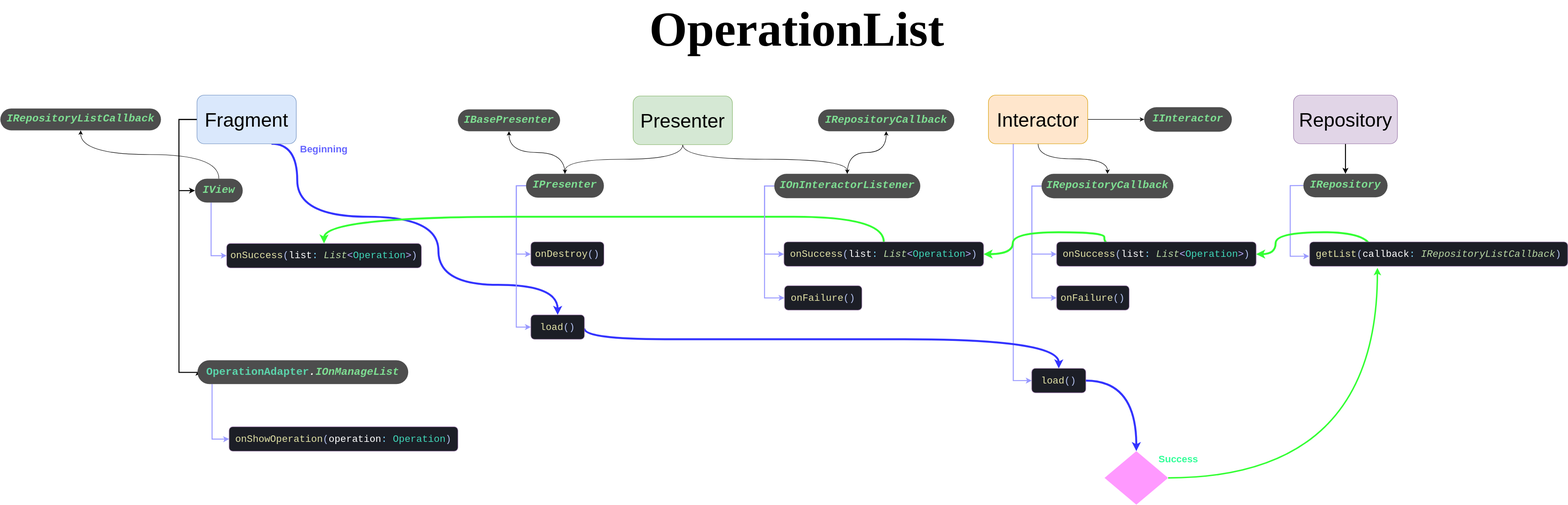
ElianFabian/android-mvp-calculator keeps this draw.io diagram as MVP OperationList Scheme.svg. Above is the earlier version. Source tidied: cells renumbered, new cells last; positions are measured from the earlier drawing's top-left corner, leaving out a move shared by most shapes.
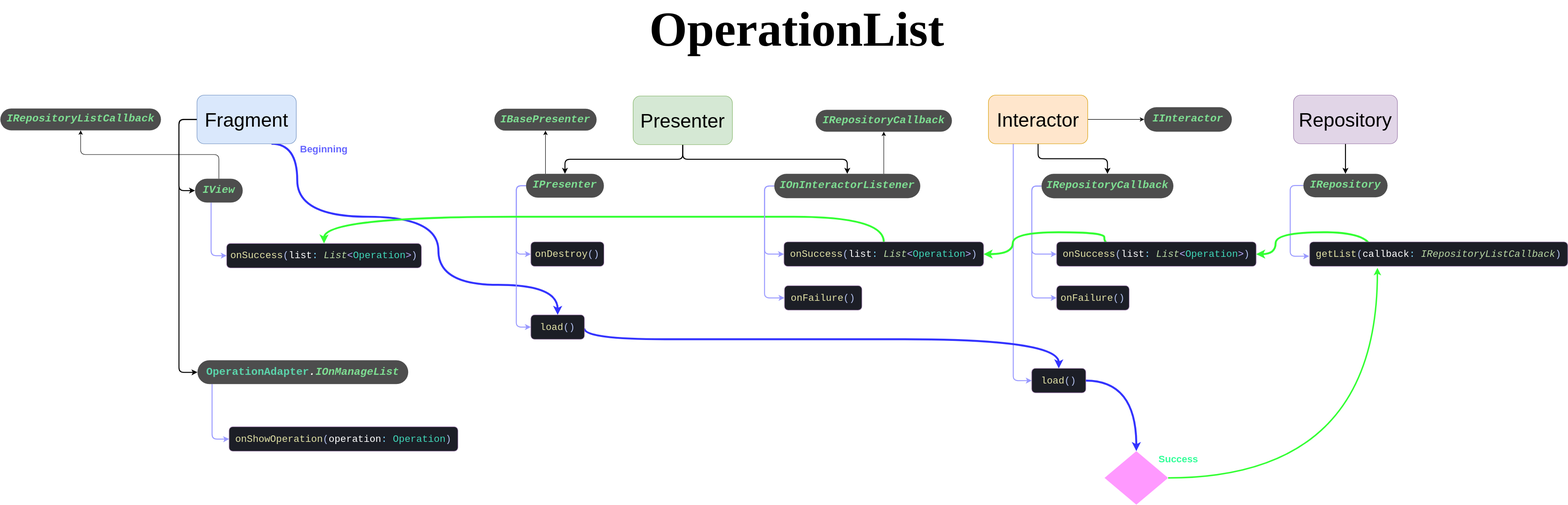
The same diagram one commit later.

The edit, as a diff of the source:
```diff
@@ -13,16 +13,16 @@
         </Array>
       </mxGeometry>
     </mxCell>
-    <mxCell id="3" style="edgeStyle=orthogonalEdgeStyle;curved=1;rounded=0;jettySize=auto;html=1;exitX=0.5;exitY=1;exitDx=0;exitDy=0;entryX=0.5;entryY=0;entryDx=0;entryDy=0;" parent="1" edge="1" source="46" target="23">
+    <mxCell id="3" style="edgeStyle=orthogonalEdgeStyle;rounded=1;jettySize=auto;html=1;exitX=0.5;exitY=1;exitDx=0;exitDy=0;entryX=0.5;entryY=0;entryDx=0;entryDy=0;strokeWidth=2;" parent="1" edge="1" source="46" target="23">
       <mxGeometry relative="1" as="geometry" />
     </mxCell>
-    <mxCell id="4" style="edgeStyle=orthogonalEdgeStyle;curved=1;rounded=0;jettySize=auto;html=1;exitX=0.5;exitY=1;exitDx=0;exitDy=0;entryX=0.5;entryY=0;entryDx=0;entryDy=0;" parent="1" edge="1" source="46" target="27">
+    <mxCell id="4" style="edgeStyle=orthogonalEdgeStyle;rounded=1;jettySize=auto;html=1;exitX=0.5;exitY=1;exitDx=0;exitDy=0;entryX=0.5;entryY=0;entryDx=0;entryDy=0;strokeWidth=2;" parent="1" edge="1" source="46" target="27">
       <mxGeometry relative="1" as="geometry" />
     </mxCell>
-    <mxCell id="5" style="edgeStyle=orthogonalEdgeStyle;curved=1;rounded=0;jettySize=auto;html=1;exitX=0.5;exitY=1;exitDx=0;exitDy=0;" parent="1" edge="1" source="48" target="33">
+    <mxCell id="5" style="edgeStyle=orthogonalEdgeStyle;rounded=1;jettySize=auto;html=1;exitX=0.5;exitY=1;exitDx=0;exitDy=0;strokeWidth=2;" parent="1" edge="1" source="48" target="33">
       <mxGeometry relative="1" as="geometry" />
     </mxCell>
-    <mxCell id="6" style="edgeStyle=orthogonalEdgeStyle;rounded=0;jettySize=auto;html=1;exitX=0.25;exitY=1;exitDx=0;exitDy=0;strokeWidth=2;entryX=0;entryY=0.5;entryDx=0;entryDy=0;strokeColor=#9999FF;" parent="1" edge="1" source="48" target="36">
+    <mxCell id="6" style="edgeStyle=orthogonalEdgeStyle;rounded=1;jettySize=auto;html=1;exitX=0.25;exitY=1;exitDx=0;exitDy=0;strokeWidth=2;entryX=0;entryY=0.5;entryDx=0;entryDy=0;strokeColor=#9999FF;" parent="1" edge="1" source="48" target="36">
       <mxGeometry relative="1" as="geometry">
         <Array as="points">
           <mxPoint x="2081" y="751.8" />
@@ -32,10 +32,10 @@
     <mxCell id="7" value="&lt;font face=&quot;Verdana&quot;&gt;&lt;span style=&quot;font-size: 100px&quot;&gt;&lt;b&gt;OperationList&lt;/b&gt;&lt;/span&gt;&lt;/font&gt;" style="text;html=1;align=center;verticalAlign=middle;fillColor=none;strokeColor=none;rounded=0;strokeWidth=12;" parent="1" vertex="1">
       <mxGeometry x="1245.5" width="780" height="60" as="geometry" />
     </mxCell>
-    <mxCell id="8" style="edgeStyle=orthogonalEdgeStyle;curved=1;rounded=0;jettySize=auto;html=1;exitX=0.5;exitY=0;exitDx=0;exitDy=0;entryX=0.5;entryY=1;entryDx=0;entryDy=0;strokeColor=#000000;" parent="1" edge="1" source="10" target="32">
+    <mxCell id="8" style="edgeStyle=orthogonalEdgeStyle;rounded=1;jettySize=auto;html=1;exitX=0.5;exitY=0;exitDx=0;exitDy=0;entryX=0.5;entryY=1;entryDx=0;entryDy=0;strokeColor=#000000;" parent="1" edge="1" source="10" target="32">
       <mxGeometry relative="1" as="geometry" />
     </mxCell>
-    <mxCell id="9" style="edgeStyle=orthogonalEdgeStyle;rounded=0;jettySize=auto;html=1;entryX=0;entryY=0.5;entryDx=0;entryDy=0;strokeWidth=2;fontSize=20;strokeColor=#9999FF;" parent="1" edge="1" source="10" target="34">
+    <mxCell id="9" style="edgeStyle=orthogonalEdgeStyle;rounded=1;jettySize=auto;html=1;entryX=0;entryY=0.5;entryDx=0;entryDy=0;strokeWidth=2;fontSize=20;strokeColor=#9999FF;" parent="1" edge="1" source="10" target="34">
       <mxGeometry relative="1" as="geometry">
         <Array as="points">
           <mxPoint x="433" y="495" />
@@ -45,20 +45,20 @@
     <mxCell id="10" value="&lt;pre style=&quot;font-family: &amp;quot;jetbrains mono&amp;quot;, monospace; font-size: 22px;&quot;&gt;&lt;span style=&quot;font-style: italic; font-size: 22px;&quot;&gt;&lt;span style=&quot;font-size: 22px;&quot;&gt;&lt;font style=&quot;font-size: 22px;&quot;&gt;IView&lt;/font&gt;&lt;/span&gt;&lt;/span&gt;&lt;/pre&gt;" style="rounded=1;whiteSpace=wrap;html=1;strokeWidth=1;arcSize=50;fontSize=22;fontColor=#7EDE92;fontStyle=1;strokeColor=none;fillColor=#4D4D4D;" parent="1" vertex="1">
       <mxGeometry x="400" y="336.8" width="98" height="49" as="geometry" />
     </mxCell>
-    <mxCell id="11" style="edgeStyle=orthogonalEdgeStyle;rounded=0;jettySize=auto;html=1;exitX=0;exitY=0.5;exitDx=0;exitDy=0;entryX=0;entryY=0.5;entryDx=0;entryDy=0;strokeWidth=2;strokeColor=#9999FF;" parent="1" edge="1" source="23" target="16">
+    <mxCell id="11" style="edgeStyle=orthogonalEdgeStyle;rounded=1;jettySize=auto;html=1;exitX=0;exitY=0.5;exitDx=0;exitDy=0;entryX=0;entryY=0.5;entryDx=0;entryDy=0;strokeWidth=2;strokeColor=#9999FF;" parent="1" edge="1" source="23" target="16">
       <mxGeometry relative="1" as="geometry" />
     </mxCell>
-    <mxCell id="12" style="edgeStyle=orthogonalEdgeStyle;rounded=0;jettySize=auto;html=1;exitX=0;exitY=0.5;exitDx=0;exitDy=0;entryX=0;entryY=0.5;entryDx=0;entryDy=0;strokeWidth=2;strokeColor=#9999FF;" parent="1" edge="1" source="23" target="18">
+    <mxCell id="12" style="edgeStyle=orthogonalEdgeStyle;rounded=1;jettySize=auto;html=1;exitX=0;exitY=0.5;exitDx=0;exitDy=0;entryX=0;entryY=0.5;entryDx=0;entryDy=0;strokeWidth=2;strokeColor=#9999FF;" parent="1" edge="1" source="23" target="18">
       <mxGeometry relative="1" as="geometry" />
     </mxCell>
-    <mxCell id="13" style="edgeStyle=orthogonalEdgeStyle;rounded=0;jettySize=auto;html=1;exitX=0;exitY=0.5;exitDx=0;exitDy=0;entryX=0;entryY=0.5;entryDx=0;entryDy=0;strokeWidth=2;strokeColor=#9999FF;" parent="1" edge="1" source="33" target="30">
+    <mxCell id="13" style="edgeStyle=orthogonalEdgeStyle;rounded=1;jettySize=auto;html=1;exitX=0;exitY=0.5;exitDx=0;exitDy=0;entryX=0;entryY=0.5;entryDx=0;entryDy=0;strokeWidth=2;strokeColor=#9999FF;" parent="1" edge="1" source="33" target="30">
       <mxGeometry relative="1" as="geometry" />
     </mxCell>
-    <mxCell id="14" style="edgeStyle=orthogonalEdgeStyle;rounded=0;jettySize=auto;html=1;exitX=0;exitY=0.5;exitDx=0;exitDy=0;entryX=0;entryY=0.5;entryDx=0;entryDy=0;strokeWidth=2;strokeColor=#9999FF;" parent="1" edge="1" source="33" target="31">
+    <mxCell id="14" style="edgeStyle=orthogonalEdgeStyle;rounded=1;jettySize=auto;html=1;exitX=0;exitY=0.5;exitDx=0;exitDy=0;entryX=0;entryY=0.5;entryDx=0;entryDy=0;strokeWidth=2;strokeColor=#9999FF;" parent="1" edge="1" source="33" target="31">
       <mxGeometry relative="1" as="geometry" />
     </mxCell>
     <mxCell id="15" value="&lt;pre style=&quot;font-family: &amp;quot;jetbrains mono&amp;quot;, monospace; font-size: 22px;&quot;&gt;&lt;span style=&quot;font-style: italic; font-size: 22px;&quot;&gt;&lt;span style=&quot;font-size: 22px;&quot;&gt;&lt;font style=&quot;font-size: 22px;&quot;&gt;IBasePresenter&lt;/font&gt;&lt;/span&gt;&lt;/span&gt;&lt;/pre&gt;" style="rounded=1;whiteSpace=wrap;html=1;strokeWidth=1;arcSize=50;fontSize=22;fontColor=#7EDE92;fontStyle=1;strokeColor=none;fillColor=#4D4D4D;" parent="1" vertex="1">
-      <mxGeometry x="940" y="194.3" width="210" height="45" as="geometry" />
+      <mxGeometry x="1015" y="193" width="210" height="45" as="geometry" />
     </mxCell>
     <mxCell id="16" value="&lt;pre style=&quot;font-family: &amp;quot;jetbrains mono&amp;quot;, monospace; font-size: 20px;&quot;&gt;&lt;pre style=&quot;background-color: rgb(28, 30, 38); color: rgb(182, 196, 242); font-family: &amp;quot;jetbrains mono&amp;quot;, monospace; font-size: 20px;&quot;&gt;&lt;pre style=&quot;font-family: &amp;quot;jetbrains mono&amp;quot;, monospace; font-size: 20px;&quot;&gt;&lt;span style=&quot;color: rgb(225, 225, 165); font-size: 20px;&quot;&gt;onDestroy&lt;/span&gt;&lt;span style=&quot;color: rgb(180, 194, 240); font-size: 20px;&quot;&gt;()&lt;/span&gt;&lt;/pre&gt;&lt;/pre&gt;&lt;/pre&gt;" style="rounded=1;whiteSpace=wrap;html=1;strokeColor=#9673a6;shadow=0;sketch=0;glass=0;fillColor=#1c1e26;fontSize=20;" parent="1" vertex="1">
       <mxGeometry x="1090" y="466.8" width="150" height="50" as="geometry" />
@@ -89,26 +89,26 @@
       <mxGeometry x="1611" y="556.8" width="159" height="50" as="geometry" />
     </mxCell>
     <mxCell id="22" value="&lt;pre style=&quot;font-family: &amp;quot;jetbrains mono&amp;quot;, monospace; font-size: 22px;&quot;&gt;&lt;span style=&quot;font-style: italic; font-size: 22px;&quot;&gt;&lt;span style=&quot;font-size: 22px;&quot;&gt;&lt;font style=&quot;font-size: 22px;&quot;&gt;IRepositoryCallback&lt;/font&gt;&lt;/span&gt;&lt;/span&gt;&lt;/pre&gt;" style="rounded=1;whiteSpace=wrap;html=1;strokeWidth=1;arcSize=50;fontSize=22;fontColor=#7EDE92;fontStyle=1;strokeColor=none;fillColor=#4D4D4D;" parent="1" vertex="1">
-      <mxGeometry x="1680" y="194.3" width="280" height="45" as="geometry" />
+      <mxGeometry x="1675" y="195.1" width="280" height="45" as="geometry" />
     </mxCell>
+    <mxCell id="28" style="edgeStyle=orthogonalEdgeStyle;rounded=0;jettySize=auto;html=1;exitX=0.25;exitY=0;exitDx=0;exitDy=0;" parent="1" edge="1" source="23" target="15">
+      <mxGeometry relative="1" as="geometry" />
+    </mxCell>
     <mxCell id="23" value="&lt;pre style=&quot;font-family: &amp;quot;jetbrains mono&amp;quot;, monospace; font-size: 22px;&quot;&gt;&lt;span style=&quot;font-style: italic; font-size: 22px;&quot;&gt;&lt;span style=&quot;font-size: 22px;&quot;&gt;&lt;font style=&quot;font-size: 22px;&quot;&gt;IPresenter&lt;/font&gt;&lt;/span&gt;&lt;/span&gt;&lt;/pre&gt;" style="rounded=1;whiteSpace=wrap;html=1;strokeWidth=1;arcSize=50;fontSize=22;fontColor=#7EDE92;fontStyle=1;strokeColor=none;fillColor=#4D4D4D;" parent="1" vertex="1">
       <mxGeometry x="1080" y="326.8" width="160" height="49" as="geometry" />
     </mxCell>
-    <mxCell id="24" style="edgeStyle=orthogonalEdgeStyle;curved=1;rounded=0;jettySize=auto;html=1;entryX=0.5;entryY=1;entryDx=0;entryDy=0;" parent="1" edge="1" source="27" target="22">
-      <mxGeometry relative="1" as="geometry" />
-    </mxCell>
-    <mxCell id="25" style="edgeStyle=orthogonalEdgeStyle;rounded=0;jettySize=auto;html=1;exitX=0;exitY=0.5;exitDx=0;exitDy=0;entryX=0;entryY=0.5;entryDx=0;entryDy=0;strokeWidth=2;strokeColor=#9999FF;" parent="1" edge="1" source="27" target="20">
+    <mxCell id="25" style="edgeStyle=orthogonalEdgeStyle;rounded=1;jettySize=auto;html=1;exitX=0;exitY=0.5;exitDx=0;exitDy=0;entryX=0;entryY=0.5;entryDx=0;entryDy=0;strokeWidth=2;strokeColor=#9999FF;" parent="1" edge="1" source="27" target="20">
       <mxGeometry relative="1" as="geometry" />
     </mxCell>
-    <mxCell id="26" style="edgeStyle=orthogonalEdgeStyle;rounded=0;jettySize=auto;html=1;exitX=0;exitY=0.5;exitDx=0;exitDy=0;entryX=0;entryY=0.5;entryDx=0;entryDy=0;strokeWidth=2;strokeColor=#9999FF;" parent="1" edge="1" source="27" target="21">
+    <mxCell id="26" style="edgeStyle=orthogonalEdgeStyle;rounded=1;jettySize=auto;html=1;exitX=0;exitY=0.5;exitDx=0;exitDy=0;entryX=0;entryY=0.5;entryDx=0;entryDy=0;strokeWidth=2;strokeColor=#9999FF;" parent="1" edge="1" source="27" target="21">
       <mxGeometry relative="1" as="geometry" />
     </mxCell>
+    <mxCell id="24" style="edgeStyle=orthogonalEdgeStyle;rounded=0;jettySize=auto;html=1;exitX=0.75;exitY=0;exitDx=0;exitDy=0;" parent="1" edge="1" source="27" target="22">
+      <mxGeometry relative="1" as="geometry" />
+    </mxCell>
     <mxCell id="27" value="&lt;pre style=&quot;font-family: &amp;quot;jetbrains mono&amp;quot;, monospace; font-size: 22px;&quot;&gt;&lt;span style=&quot;font-style: italic; font-size: 22px;&quot;&gt;&lt;span style=&quot;font-size: 22px;&quot;&gt;&lt;font style=&quot;font-size: 22px;&quot;&gt;IOnInteractorListener&lt;/font&gt;&lt;/span&gt;&lt;/span&gt;&lt;/pre&gt;" style="rounded=1;whiteSpace=wrap;html=1;strokeWidth=1;arcSize=50;fontSize=22;fontColor=#7EDE92;fontStyle=1;strokeColor=none;fillColor=#4D4D4D;" parent="1" vertex="1">
       <mxGeometry x="1590" y="326.8" width="300" height="50" as="geometry" />
     </mxCell>
-    <mxCell id="28" style="edgeStyle=orthogonalEdgeStyle;curved=1;rounded=0;jettySize=auto;html=1;entryX=0.5;entryY=1;entryDx=0;entryDy=0;exitX=0.5;exitY=0;exitDx=0;exitDy=0;" parent="1" edge="1" source="23" target="15">
-      <mxGeometry relative="1" as="geometry" />
-    </mxCell>
     <mxCell id="29" style="edgeStyle=orthogonalEdgeStyle;curved=1;rounded=0;jettySize=auto;html=1;exitX=0.25;exitY=0;exitDx=0;exitDy=0;entryX=1;entryY=0.5;entryDx=0;entryDy=0;strokeWidth=4;strokeColor=#33FF33;" parent="1" edge="1" source="30" target="20">
       <mxGeometry relative="1" as="geometry">
         <Array as="points">
@@ -147,7 +147,7 @@
     <mxCell id="38" style="edgeStyle=orthogonalEdgeStyle;curved=1;rounded=0;jettySize=auto;html=1;exitX=0.5;exitY=1;exitDx=0;exitDy=0;entryX=0.5;entryY=0;entryDx=0;entryDy=0;strokeWidth=2;" parent="1" edge="1" source="49" target="40">
       <mxGeometry relative="1" as="geometry" />
     </mxCell>
-    <mxCell id="39" style="edgeStyle=orthogonalEdgeStyle;rounded=0;jettySize=auto;html=1;exitX=0;exitY=0.5;exitDx=0;exitDy=0;strokeWidth=2;entryX=-0.002;entryY=0.586;entryDx=0;entryDy=0;entryPerimeter=0;strokeColor=#9999FF;" parent="1" edge="1" source="40" target="42">
+    <mxCell id="39" style="edgeStyle=orthogonalEdgeStyle;rounded=1;jettySize=auto;html=1;exitX=0;exitY=0.5;exitDx=0;exitDy=0;strokeWidth=2;entryX=-0.002;entryY=0.586;entryDx=0;entryDy=0;entryPerimeter=0;strokeColor=#9999FF;" parent="1" edge="1" source="40" target="42">
       <mxGeometry relative="1" as="geometry">
         <Array as="points">
           <mxPoint x="2650" y="350.8" />
@@ -171,7 +171,7 @@
     <mxCell id="42" value="&lt;pre style=&quot;font-family: &amp;#34;jetbrains mono&amp;#34; , monospace&quot;&gt;&lt;pre style=&quot;background-color: #1c1e26 ; color: #b6c4f2 ; font-family: &amp;#34;jetbrains mono&amp;#34; , monospace ; font-size: 8 3pt&quot;&gt;&lt;pre style=&quot;font-family: &amp;#34;jetbrains mono&amp;#34; , monospace&quot;&gt;&lt;pre style=&quot;font-family: &amp;#34;jetbrains mono&amp;#34; , monospace ; font-size: 20px&quot;&gt;&lt;pre style=&quot;font-family: &amp;#34;jetbrains mono&amp;#34; , monospace&quot;&gt;&lt;pre style=&quot;font-family: &amp;#34;jetbrains mono&amp;#34; , monospace&quot;&gt;&lt;span style=&quot;color: #e1e1a5&quot;&gt;getList&lt;/span&gt;&lt;span style=&quot;color: #b4c2f0&quot;&gt;(&lt;/span&gt;&lt;span style=&quot;color: #ffffff&quot;&gt;callback&lt;/span&gt;&lt;span style=&quot;color: #7fdaff&quot;&gt;: &lt;/span&gt;&lt;span style=&quot;color: #b8d7a3 ; font-style: italic&quot;&gt;IRepositoryListCallback&lt;/span&gt;&lt;span style=&quot;color: #b4c2f0&quot;&gt;)&lt;/span&gt;&lt;/pre&gt;&lt;/pre&gt;&lt;/pre&gt;&lt;/pre&gt;&lt;/pre&gt;&lt;/pre&gt;" style="rounded=1;whiteSpace=wrap;html=1;strokeColor=#9673a6;shadow=0;sketch=0;glass=0;fillColor=#1c1e26;" parent="1" vertex="1">
       <mxGeometry x="2690" y="466.8" width="530" height="50" as="geometry" />
     </mxCell>
-    <mxCell id="43" style="edgeStyle=orthogonalEdgeStyle;rounded=0;jettySize=auto;html=1;entryX=0;entryY=0.5;entryDx=0;entryDy=0;strokeWidth=2;fontSize=20;" parent="1" edge="1" source="45" target="10">
+    <mxCell id="43" style="edgeStyle=orthogonalEdgeStyle;rounded=1;jettySize=auto;html=1;entryX=0;entryY=0.5;entryDx=0;entryDy=0;strokeWidth=2;fontSize=20;" parent="1" edge="1" source="45" target="10">
       <mxGeometry relative="1" as="geometry">
         <Array as="points">
           <mxPoint x="367" y="215" />
@@ -179,12 +179,12 @@
         </Array>
       </mxGeometry>
     </mxCell>
-    <mxCell id="44" style="edgeStyle=orthogonalEdgeStyle;rounded=0;jettySize=auto;html=1;exitX=0;exitY=0.5;exitDx=0;exitDy=0;entryX=0;entryY=0.5;entryDx=0;entryDy=0;strokeColor=#000000;strokeWidth=2;fontSize=20;" parent="1" edge="1" source="45" target="55">
+    <mxCell id="44" style="edgeStyle=orthogonalEdgeStyle;rounded=1;jettySize=auto;html=1;exitX=0;exitY=0.5;exitDx=0;exitDy=0;strokeColor=#000000;strokeWidth=2;fontSize=20;entryX=0;entryY=0.5;entryDx=0;entryDy=0;" parent="1" edge="1" source="45" target="55">
       <mxGeometry relative="1" as="geometry">
         <Array as="points">
           <mxPoint x="367" y="215" />
           <mxPoint x="367" y="735" />
-          <mxPoint x="405" y="735" />
+          <mxPoint x="390" y="735" />
         </Array>
       </mxGeometry>
     </mxCell>
@@ -215,7 +215,7 @@
     <mxCell id="53" value="&lt;b style=&quot;font-size: 20px&quot;&gt;&lt;font style=&quot;font-size: 20px&quot; color=&quot;#6666ff&quot;&gt;Beginning&lt;/font&gt;&lt;/b&gt;" style="text;html=1;strokeColor=none;fillColor=none;align=center;verticalAlign=middle;whiteSpace=wrap;rounded=0;shadow=0;glass=0;sketch=0;fontSize=20;" parent="1" vertex="1">
       <mxGeometry x="620" y="265" width="90" height="20" as="geometry" />
     </mxCell>
-    <mxCell id="54" style="edgeStyle=orthogonalEdgeStyle;rounded=0;jettySize=auto;html=1;entryX=0;entryY=0.5;entryDx=0;entryDy=0;strokeWidth=2;fontSize=20;strokeColor=#9999FF;" parent="1" edge="1" source="55" target="56">
+    <mxCell id="54" style="edgeStyle=orthogonalEdgeStyle;rounded=1;jettySize=auto;html=1;entryX=0;entryY=0.5;entryDx=0;entryDy=0;strokeWidth=2;fontSize=20;strokeColor=#9999FF;" parent="1" edge="1" source="55" target="56">
       <mxGeometry relative="1" as="geometry">
         <Array as="points">
           <mxPoint x="435" y="872" />
```
